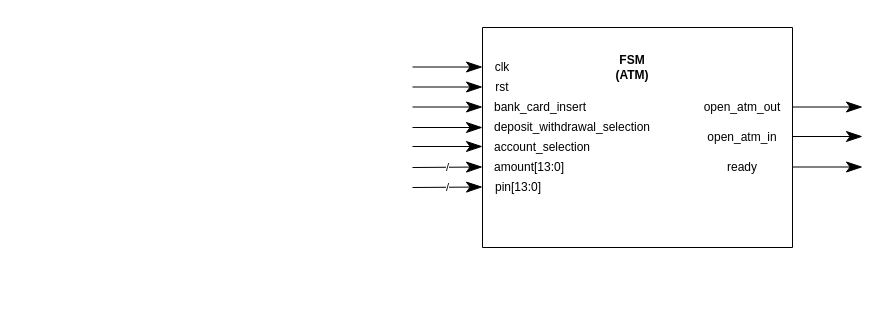
This is Proj1/fsm_tb_connection.drawio from mchuahua/ELEC402, a draw.io file, before an edit. Source tidied: cells renumbered, new cells numbered last; positions are measured from the earlier drawing's top-left corner, leaving out a move shared by most shapes. Both pictures are drawn from the tidied source at 100%, with x=0, y=0 at pixel (412, 27).
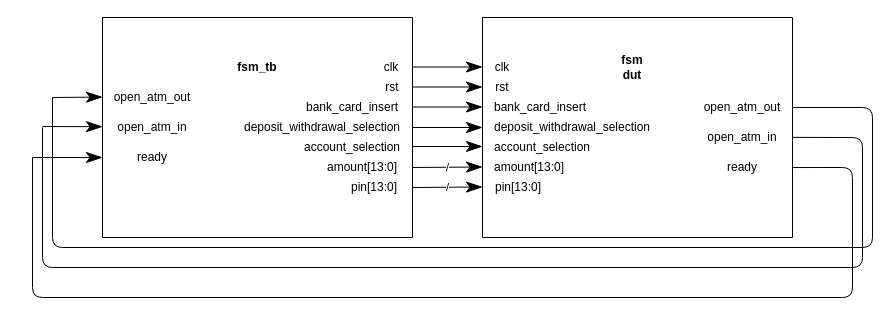
Above is the later version.

Commit message (it also covers changes not shown here):
Added input/output + desc of states in doc, finished fsm_tb block diagram

What changed in the source:
```diff
@@
     <mxCell id="2" style="verticalLabelPosition=bottom;verticalAlign=top;html=1;shape=mxgraph.basic.rect;fillColor2=none;strokeWidth=1;size=20;indent=5;hachureGap=4;" parent="1" vertex="1">
-      <mxGeometry x="70" width="310" height="220" as="geometry" />
+      <mxGeometry x="70" y="-10" width="310" height="220" as="geometry" />
     </mxCell>
-    <mxCell id="3" value="FSM (ATM)" style="text;html=1;strokeColor=none;fillColor=none;align=center;verticalAlign=middle;whiteSpace=wrap;rounded=0;hachureGap=4;fontStyle=1;" parent="1" vertex="1">
+    <mxCell id="3" value="fsm dut" style="text;html=1;strokeColor=none;fillColor=none;align=center;verticalAlign=middle;whiteSpace=wrap;rounded=0;hachureGap=4;fontStyle=1;" parent="1" vertex="1">
       <mxGeometry x="200" y="30" width="40" height="20" as="geometry" />
     </mxCell>
@@
-    <mxCell id="23" style="endArrow=classicThin;html=1;startSize=14;endSize=14;sourcePerimeterSpacing=8;targetPerimeterSpacing=8;jumpSize=6;arcSize=9;endFill=1;" parent="1" edge="1">
-      <mxGeometry relative="1" as="geometry">
-        <mxPoint x="380" y="79.5" as="sourcePoint" />
-        <mxPoint x="450" y="79.5" as="targetPoint" />
-      </mxGeometry>
-    </mxCell>
-    <mxCell id="24" style="endArrow=classicThin;html=1;startSize=14;endSize=14;sourcePerimeterSpacing=8;targetPerimeterSpacing=8;jumpSize=6;arcSize=9;endFill=1;" parent="1" edge="1">
-      <mxGeometry relative="1" as="geometry">
-        <mxPoint x="380" y="109" as="sourcePoint" />
-        <mxPoint x="450" y="109" as="targetPoint" />
-      </mxGeometry>
-    </mxCell>
-    <mxCell id="25" style="endArrow=classicThin;html=1;startSize=14;endSize=14;sourcePerimeterSpacing=8;targetPerimeterSpacing=8;jumpSize=6;arcSize=9;endFill=1;" parent="1" edge="1">
-      <mxGeometry relative="1" as="geometry">
-        <mxPoint x="380" y="139.5" as="sourcePoint" />
-        <mxPoint x="450" y="139.5" as="targetPoint" />
-      </mxGeometry>
-    </mxCell>
+    <mxCell id="26" style="verticalLabelPosition=bottom;verticalAlign=top;html=1;shape=mxgraph.basic.rect;fillColor2=none;strokeWidth=1;size=20;indent=5;hachureGap=4;" parent="1" vertex="1">
+      <mxGeometry x="-310" y="-10" width="310" height="220" as="geometry" />
+    </mxCell>
+    <mxCell id="27" value="fsm_tb" style="text;html=1;strokeColor=none;fillColor=none;align=center;verticalAlign=middle;whiteSpace=wrap;rounded=0;hachureGap=4;fontStyle=1;" parent="1" vertex="1">
+      <mxGeometry x="-175" y="30" width="40" height="20" as="geometry" />
+    </mxCell>
+    <mxCell id="28" value="clk" style="text;html=1;strokeColor=none;fillColor=none;align=center;verticalAlign=middle;whiteSpace=wrap;rounded=0;hachureGap=4;" parent="1" vertex="1">
+      <mxGeometry x="-41" y="30" width="40" height="20" as="geometry" />
+    </mxCell>
+    <mxCell id="29" value="open_atm_out" style="text;html=1;strokeColor=none;fillColor=none;align=center;verticalAlign=middle;whiteSpace=wrap;rounded=0;hachureGap=4;" parent="1" vertex="1">
+      <mxGeometry x="-280" y="60" width="40" height="20" as="geometry" />
+    </mxCell>
+    <mxCell id="30" value="rst" style="text;html=1;strokeColor=none;fillColor=none;align=center;verticalAlign=middle;whiteSpace=wrap;rounded=0;hachureGap=4;" parent="1" vertex="1">
+      <mxGeometry x="-40" y="50" width="40" height="20" as="geometry" />
+    </mxCell>
+    <mxCell id="31" value="bank_card_insert" style="text;html=1;strokeColor=none;fillColor=none;align=center;verticalAlign=middle;whiteSpace=wrap;rounded=0;hachureGap=4;" parent="1" vertex="1">
+      <mxGeometry x="-80" y="70" width="40" height="20" as="geometry" />
+    </mxCell>
+    <mxCell id="32" value="deposit_withdrawal_selection" style="text;html=1;strokeColor=none;fillColor=none;align=center;verticalAlign=middle;whiteSpace=wrap;rounded=0;hachureGap=4;" parent="1" vertex="1">
+      <mxGeometry x="-110" y="90" width="40" height="20" as="geometry" />
+    </mxCell>
+    <mxCell id="33" value="account_selection" style="text;html=1;strokeColor=none;fillColor=none;align=center;verticalAlign=middle;whiteSpace=wrap;rounded=0;hachureGap=4;" parent="1" vertex="1">
+      <mxGeometry x="-80" y="110" width="40" height="20" as="geometry" />
+    </mxCell>
+    <mxCell id="34" value="amount[13:0]" style="text;html=1;strokeColor=none;fillColor=none;align=center;verticalAlign=middle;whiteSpace=wrap;rounded=0;hachureGap=4;" parent="1" vertex="1">
+      <mxGeometry x="-70" y="130" width="40" height="20" as="geometry" />
+    </mxCell>
+    <mxCell id="35" value="pin[13:0]" style="text;html=1;strokeColor=none;fillColor=none;align=center;verticalAlign=middle;whiteSpace=wrap;rounded=0;hachureGap=4;" parent="1" vertex="1">
+      <mxGeometry x="-58" y="150" width="40" height="20" as="geometry" />
+    </mxCell>
+    <mxCell id="36" value="open_atm_in" style="text;html=1;strokeColor=none;fillColor=none;align=center;verticalAlign=middle;whiteSpace=wrap;rounded=0;hachureGap=4;" parent="1" vertex="1">
+      <mxGeometry x="-280" y="90" width="40" height="20" as="geometry" />
+    </mxCell>
+    <mxCell id="37" value="ready" style="text;html=1;strokeColor=none;fillColor=none;align=center;verticalAlign=middle;whiteSpace=wrap;rounded=0;hachureGap=4;" parent="1" vertex="1">
+      <mxGeometry x="-280" y="120" width="40" height="20" as="geometry" />
+    </mxCell>
+    <mxCell id="38" style="endArrow=classicThin;html=1;startSize=14;endSize=14;sourcePerimeterSpacing=8;targetPerimeterSpacing=8;jumpSize=6;arcSize=9;endFill=1;" parent="1" edge="1">
+      <mxGeometry relative="1" as="geometry">
+        <mxPoint x="-360" y="70" as="sourcePoint" />
+        <mxPoint x="-310" y="69.6" as="targetPoint" />
+      </mxGeometry>
+    </mxCell>
+    <mxCell id="39" style="endArrow=classicThin;html=1;startSize=14;endSize=14;sourcePerimeterSpacing=8;targetPerimeterSpacing=8;jumpSize=6;arcSize=9;endFill=1;" parent="1" edge="1">
+      <mxGeometry relative="1" as="geometry">
+        <mxPoint x="-370" y="99" as="sourcePoint" />
+        <mxPoint x="-310" y="99.2" as="targetPoint" />
+      </mxGeometry>
+    </mxCell>
+    <mxCell id="40" style="endArrow=classicThin;html=1;startSize=14;endSize=14;sourcePerimeterSpacing=8;targetPerimeterSpacing=8;jumpSize=6;arcSize=9;endFill=1;" parent="1" edge="1">
+      <mxGeometry relative="1" as="geometry">
+        <mxPoint x="-380" y="130" as="sourcePoint" />
+        <mxPoint x="-310" y="130" as="targetPoint" />
+      </mxGeometry>
+    </mxCell>
+    <mxCell id="41" style="endArrow=none;html=1;exitX=1;exitY=0.682;exitDx=0;exitDy=0;exitPerimeter=0;" parent="1" edge="1" source="2">
+      <mxGeometry relative="1" as="geometry">
+        <mxPoint x="-380" y="130" as="targetPoint" />
+        <Array as="points">
+          <mxPoint x="440" y="140" />
+          <mxPoint x="440" y="270" />
+          <mxPoint x="-380" y="270" />
+        </Array>
+      </mxGeometry>
+    </mxCell>
+    <mxCell id="42" style="endArrow=none;html=1;exitX=1;exitY=0.545;exitDx=0;exitDy=0;exitPerimeter=0;" parent="1" edge="1" source="2">
+      <mxGeometry relative="1" as="geometry">
+        <mxPoint x="-370" y="100" as="targetPoint" />
+        <Array as="points">
+          <mxPoint x="450" y="110" />
+          <mxPoint x="450" y="240" />
+          <mxPoint x="-370" y="240" />
+        </Array>
+      </mxGeometry>
+    </mxCell>
+    <mxCell id="43" style="endArrow=none;html=1;exitX=1;exitY=0.409;exitDx=0;exitDy=0;exitPerimeter=0;" parent="1" edge="1" source="2">
+      <mxGeometry relative="1" as="geometry">
+        <mxPoint x="-360" y="70" as="targetPoint" />
+        <Array as="points">
+          <mxPoint x="460" y="80" />
+          <mxPoint x="460" y="220" />
+          <mxPoint x="-360" y="220" />
+        </Array>
+      </mxGeometry>
+    </mxCell>
```
